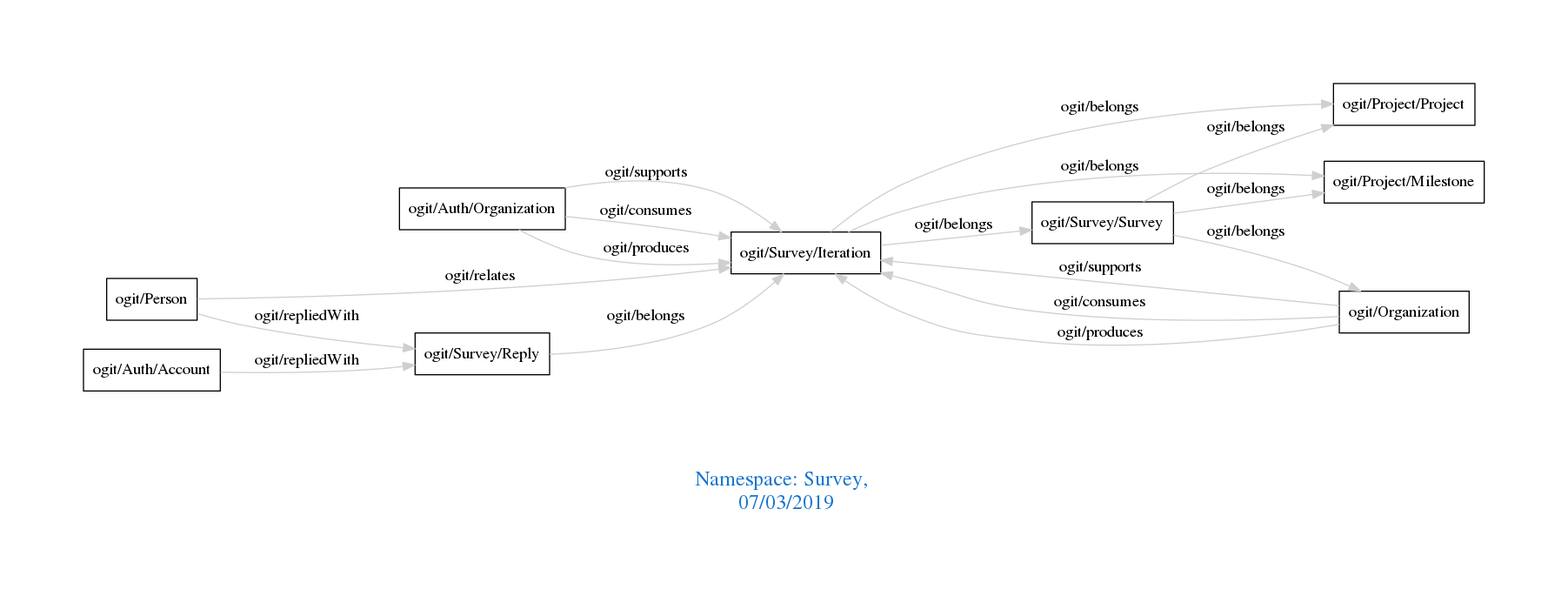
Earlier version of the Graphviz export downloads/Survey.png (arago/OGIT). Its source is kept beside it as downloads/Survey.dot.
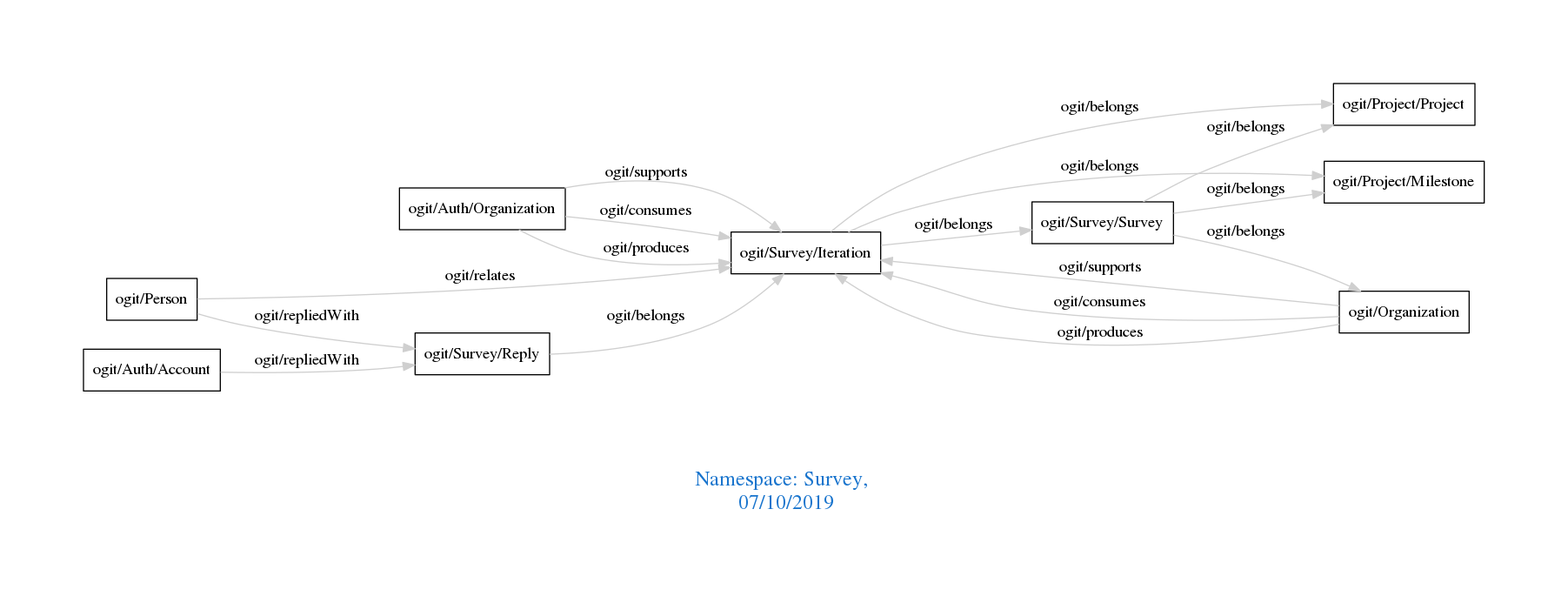
After the commit.

What changed in the source:
```diff
@@ -1,7 +1,7 @@
 digraph OGIT_ontology {
  graph [ rankdir= LR,pad=1
 fontsize = 18,
-fontcolor= dodgerblue3,label = "\n\n\nNamespace: Survey, \n 07/03/2019"];
+fontcolor= dodgerblue3,label = "\n\n\nNamespace: Survey, \n 07/10/2019"];
 node[shape=polygon];
 edge [  color="gray81"];
 
```
